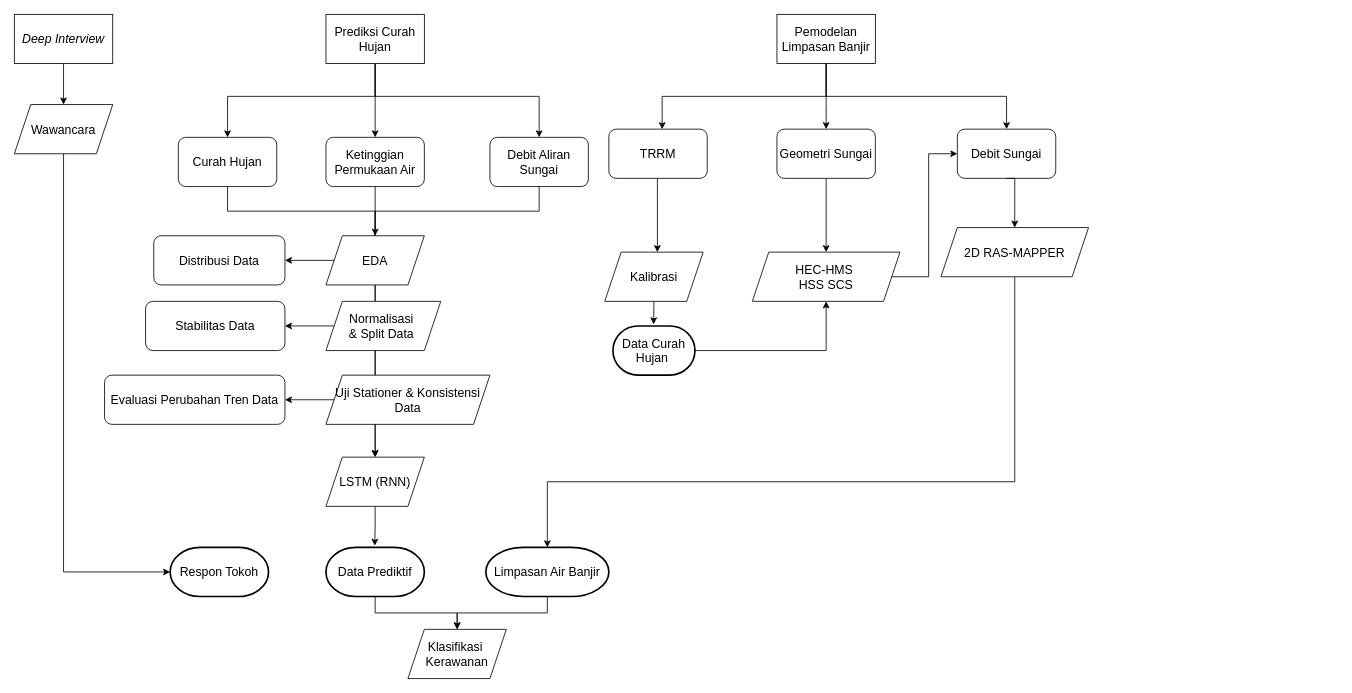
This is Cara Kerja Penelitian.drawio from famowoiii/envimos_sensot, a draw.io file, before an edit. Source tidied: cells renumbered, new cells numbered last; positions are measured from the earlier drawing's top-left corner, leaving out a move shared by most shapes. Both pictures are drawn from the tidied source at 82%, with x=0, y=0 at pixel (14, 14).
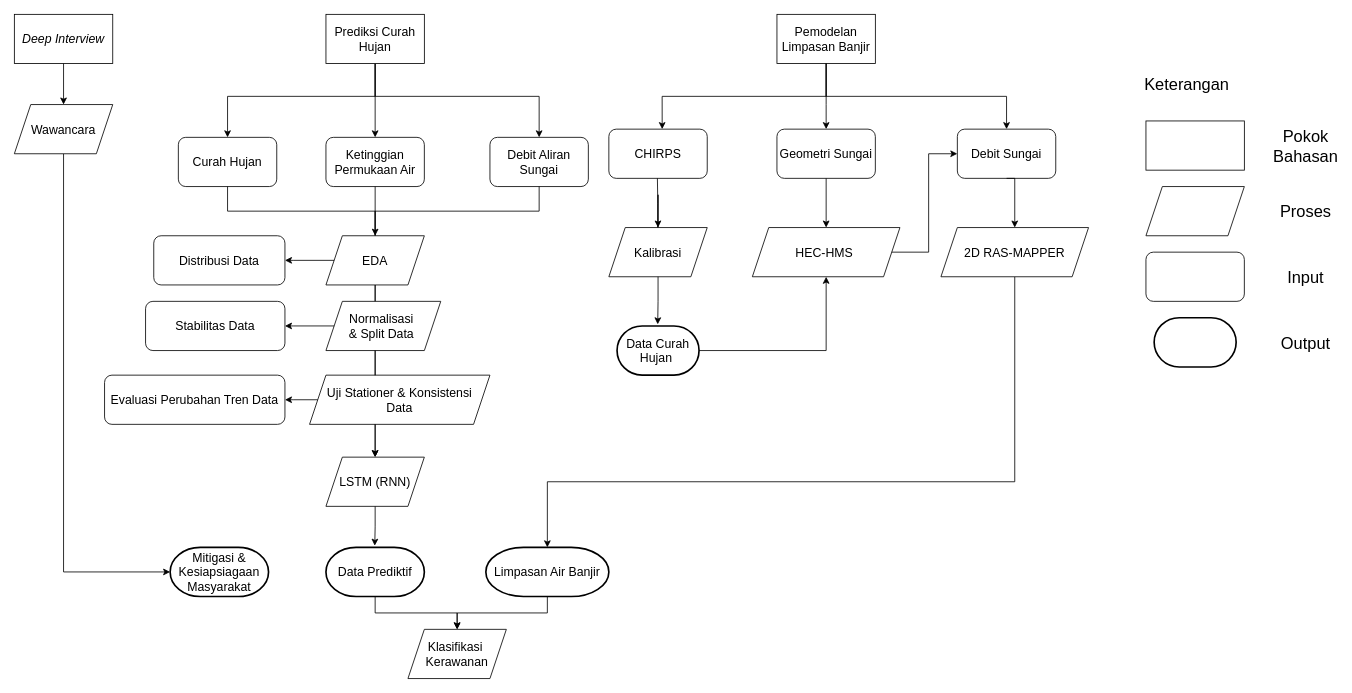
After the change.

Unchanged cells that the change refers to:
```xml
<mxCell id="27" value="Evaluasi Perubahan Tren Data" style="rounded=1;whiteSpace=wrap;html=1;fontSize=15;" parent="1" vertex="1">
  <mxGeometry x="110" y="440" width="220" height="60" as="geometry" />
</mxCell>
```

The edit, as a diff of the source:
```diff
@@
-    <mxCell id="6" value="TRRM" style="rounded=1;whiteSpace=wrap;html=1;fontSize=15;" parent="1" vertex="1">
+    <mxCell id="6" value="CHIRPS" style="rounded=1;whiteSpace=wrap;html=1;fontSize=15;" parent="1" vertex="1">
       <mxGeometry x="725" y="140" width="120" height="60" as="geometry" />
     </mxCell>
@@
-    <mxCell id="16" value="Respon Tokoh" style="strokeWidth=2;html=1;shape=mxgraph.flowchart.terminator;whiteSpace=wrap;fontSize=15;" parent="1" vertex="1">
+    <mxCell id="16" value="Mitigasi &amp;amp; Kesiapsiagaan&lt;div&gt;Masyarakat&lt;/div&gt;" style="strokeWidth=2;html=1;shape=mxgraph.flowchart.terminator;whiteSpace=wrap;fontSize=15;" parent="1" vertex="1">
       <mxGeometry x="190" y="650" width="120" height="60" as="geometry" />
     </mxCell>
@@
-    <mxCell id="18" value="Kalibrasi" style="shape=parallelogram;perimeter=parallelogramPerimeter;whiteSpace=wrap;html=1;fixedSize=1;fontSize=15;" parent="1" vertex="1">
-      <mxGeometry x="720" y="290" width="120" height="60" as="geometry" />
-    </mxCell>
-    <mxCell id="19" style="edgeStyle=orthogonalEdgeStyle;rounded=0;orthogonalLoop=1;jettySize=auto;html=1;entryX=0.5;entryY=0;entryDx=0;entryDy=0;exitX=0.5;exitY=1;exitDx=0;exitDy=0;fontSize=15;" parent="1" edge="1">
+    <mxCell id="19" style="edgeStyle=orthogonalEdgeStyle;rounded=0;jettySize=auto;html=1;entryX=0.5;entryY=0;entryDx=0;entryDy=0;exitX=0.5;exitY=1;exitDx=0;exitDy=0;fontSize=15;" parent="1" edge="1" source="18">
       <mxGeometry relative="1" as="geometry">
-        <mxPoint x="784.2" y="200" as="sourcePoint" />
         <mxPoint x="784.2" y="290" as="targetPoint" />
         <Array as="points">
           <mxPoint x="784.2" y="220" />
           <mxPoint x="784.2" y="220" />
         </Array>
       </mxGeometry>
     </mxCell>
@@
     <mxCell id="22" value="Uji Stationer &amp;amp; Konsistensi&lt;div style=&quot;font-size: 15px;&quot;&gt;Data&lt;/div&gt;" style="shape=parallelogram;perimeter=parallelogramPerimeter;whiteSpace=wrap;html=1;fixedSize=1;fontSize=15;" parent="1" vertex="1">
-      <mxGeometry x="380" y="440" width="200" height="60" as="geometry" />
+      <mxGeometry x="360" y="440" width="220" height="60" as="geometry" />
     </mxCell>
@@
-    <mxCell id="28" style="edgeStyle=orthogonalEdgeStyle;rounded=0;jettySize=auto;html=1;exitX=0;exitY=0.5;exitDx=0;exitDy=0;entryX=1;entryY=0.5;entryDx=0;entryDy=0;fontSize=15;" parent="1" edge="1" target="27">
+    <mxCell id="28" style="edgeStyle=orthogonalEdgeStyle;rounded=0;jettySize=auto;html=1;entryX=1;entryY=0.5;entryDx=0;entryDy=0;fontSize=15;" parent="1" edge="1" target="27">
       <mxGeometry relative="1" as="geometry">
-        <mxPoint x="390" y="470" as="sourcePoint" />
+        <mxPoint x="370" y="470" as="sourcePoint" />
         <Array as="points">
           <mxPoint x="340" y="470" />
           <mxPoint x="340" y="470" />
         </Array>
       </mxGeometry>
     </mxCell>
@@
-    <mxCell id="33" value="HEC-HMS&amp;nbsp;&lt;div style=&quot;font-size: 15px;&quot;&gt;HSS SCS&lt;/div&gt;" style="shape=parallelogram;perimeter=parallelogramPerimeter;whiteSpace=wrap;html=1;fixedSize=1;fontSize=15;" parent="1" vertex="1">
-      <mxGeometry x="900" y="290" width="180" height="60" as="geometry" />
+    <mxCell id="33" value="HEC-HMS&amp;nbsp;" style="shape=parallelogram;perimeter=parallelogramPerimeter;whiteSpace=wrap;html=1;fixedSize=1;fontSize=15;" parent="1" vertex="1">
+      <mxGeometry x="900" y="260" width="180" height="60" as="geometry" />
     </mxCell>
@@
     <mxCell id="44" value="Data Curah Hujan&amp;nbsp;" style="strokeWidth=2;html=1;shape=mxgraph.flowchart.terminator;whiteSpace=wrap;fontSize=15;" parent="1" vertex="1">
-      <mxGeometry x="730" y="380" width="100" height="60" as="geometry" />
+      <mxGeometry x="735" y="380" width="100" height="60" as="geometry" />
     </mxCell>
@@
+    <mxCell id="51" style="edgeStyle=orthogonalEdgeStyle;rounded=0;jettySize=auto;html=1;entryX=0.5;entryY=0;entryDx=0;entryDy=0;exitX=0.5;exitY=1;exitDx=0;exitDy=0;fontSize=15;" parent="1" edge="1" target="18">
+      <mxGeometry relative="1" as="geometry">
+        <mxPoint x="784.2" y="200" as="sourcePoint" />
+      </mxGeometry>
+    </mxCell>
+    <mxCell id="18" value="Kalibrasi" style="shape=parallelogram;perimeter=parallelogramPerimeter;whiteSpace=wrap;html=1;fixedSize=1;fontSize=15;" parent="1" vertex="1">
+      <mxGeometry x="725" y="260" width="120" height="60" as="geometry" />
+    </mxCell>
+    <mxCell id="52" style="shape=parallelogram;perimeter=parallelogramPerimeter;whiteSpace=wrap;html=1;fixedSize=1;fontSize=15;" parent="1" vertex="1">
+      <mxGeometry x="1380" y="210" width="120" height="60" as="geometry" />
+    </mxCell>
+    <mxCell id="53" style="rounded=1;whiteSpace=wrap;html=1;fontSize=15;" parent="1" vertex="1">
+      <mxGeometry x="1380" y="290" width="120" height="60" as="geometry" />
+    </mxCell>
+    <mxCell id="54" style="strokeWidth=2;html=1;shape=mxgraph.flowchart.terminator;whiteSpace=wrap;fontSize=15;" parent="1" vertex="1">
+      <mxGeometry x="1390" y="370" width="100" height="60" as="geometry" />
+    </mxCell>
+    <mxCell id="55" value="Proses" style="text;html=1;align=center;verticalAlign=middle;whiteSpace=wrap;rounded=0;fontSize=20;" parent="1" vertex="1">
+      <mxGeometry x="1545" y="225" width="60" height="30" as="geometry" />
+    </mxCell>
+    <mxCell id="56" value="Input" style="text;html=1;align=center;verticalAlign=middle;whiteSpace=wrap;rounded=0;fontSize=20;" parent="1" vertex="1">
+      <mxGeometry x="1545" y="305" width="60" height="30" as="geometry" />
+    </mxCell>
+    <mxCell id="57" value="Output" style="text;html=1;align=center;verticalAlign=middle;whiteSpace=wrap;rounded=0;fontSize=20;" parent="1" vertex="1">
+      <mxGeometry x="1545" y="385" width="60" height="30" as="geometry" />
+    </mxCell>
+    <mxCell id="58" style="rounded=0;whiteSpace=wrap;html=1;fontSize=15;" parent="1" vertex="1">
+      <mxGeometry x="1380" y="130" width="120" height="60" as="geometry" />
+    </mxCell>
+    <mxCell id="59" value="Pokok Bahasan" style="text;html=1;align=center;verticalAlign=middle;whiteSpace=wrap;rounded=0;fontSize=20;" parent="1" vertex="1">
+      <mxGeometry x="1545" y="145" width="60" height="30" as="geometry" />
+    </mxCell>
+    <mxCell id="60" value="Keterangan" style="text;html=1;align=center;verticalAlign=middle;whiteSpace=wrap;rounded=0;fontSize=20;" parent="1" vertex="1">
+      <mxGeometry x="1400" y="70" width="60" height="30" as="geometry" />
+    </mxCell>
```
